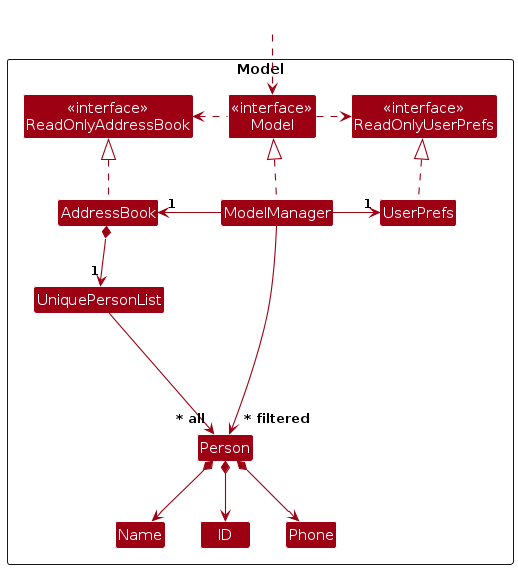
shunjieee/tp keeps this PlantUML diagram as diagrams/ModelClassDiagram.png. Above is the earlier version. Its source is kept beside it as diagrams/ModelClassDiagram.puml.
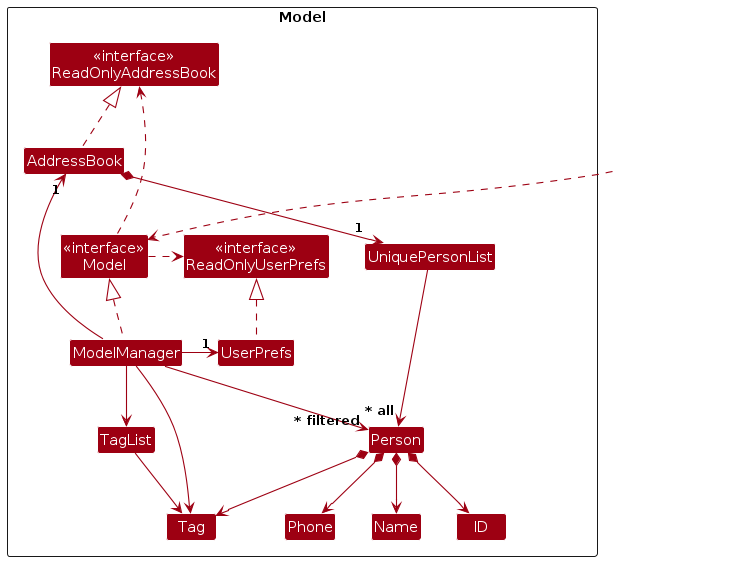
Later version of the same file.

What changed in the source:
```diff
@@ -11,11 +11,13 @@
 Class AddressBook
 Class ModelManager
 Class UserPrefs
+Class TagList
 
 Class UniquePersonList
 Class Person
 Class Name
 Class Phone
+Class Tag
 Class ID
 
 Class I #FFFFFF
@@ -38,6 +40,7 @@
 Person *--> Name
 Person *--> ID
 Person *--> Phone
+Person *--> Tag
 
 Person -[hidden]up--> I
 UniquePersonList -[hidden]right-> I
@@ -46,4 +49,9 @@
 ID -[hidden]right-> Phone
 
 ModelManager --> "~* filtered" Person
+ModelManager --> TagList
+ModelManager --> Tag
+
+TagList --> Tag
+
 @enduml
```
